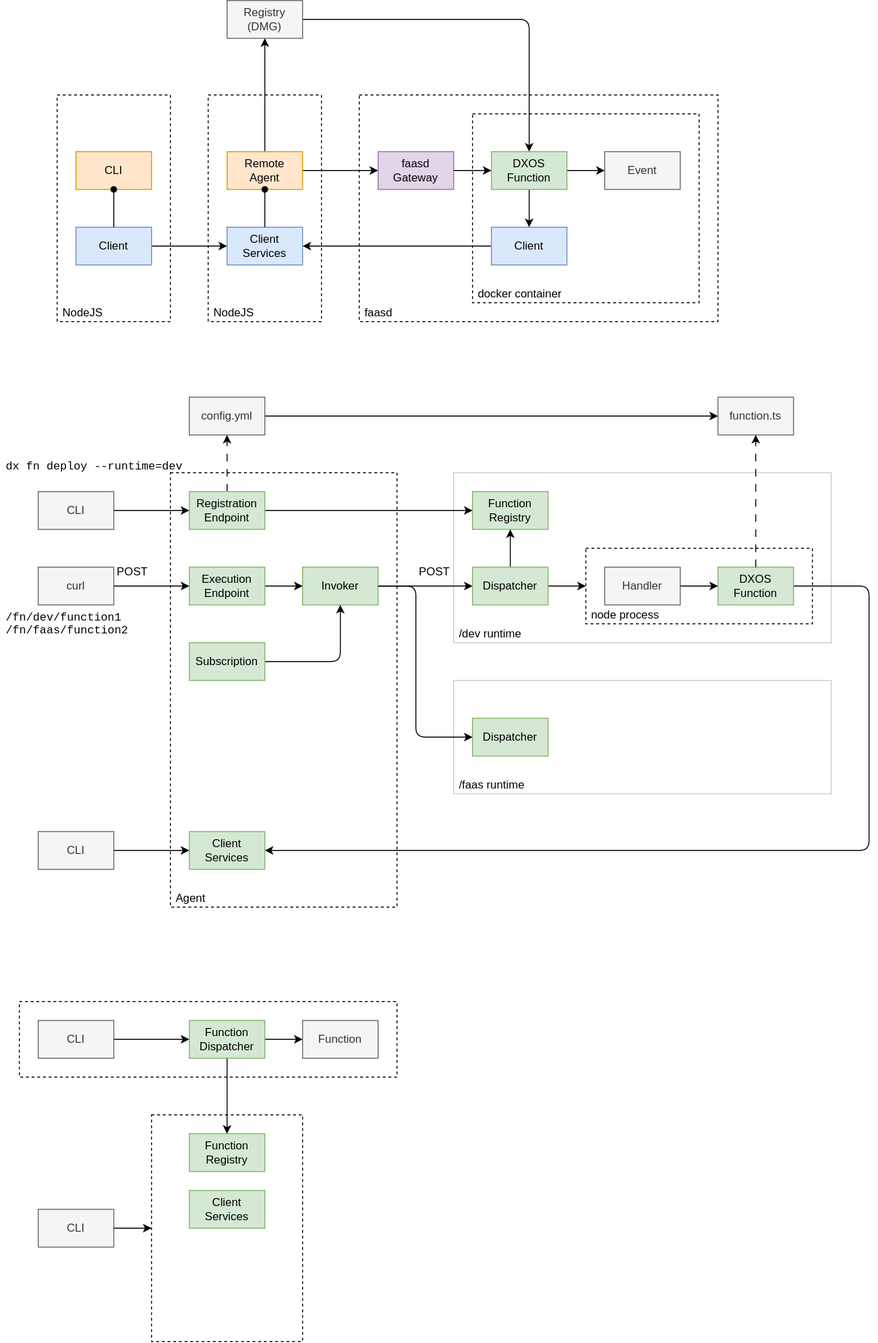
Earlier version of the draw.io export docs/docs/design/diagrams/remote-functions.drawio.svg (dxos/dxos). Source tidied: cells renumbered, new cells last; positions are measured from the earlier drawing's top-left corner, leaving out a move shared by most shapes.
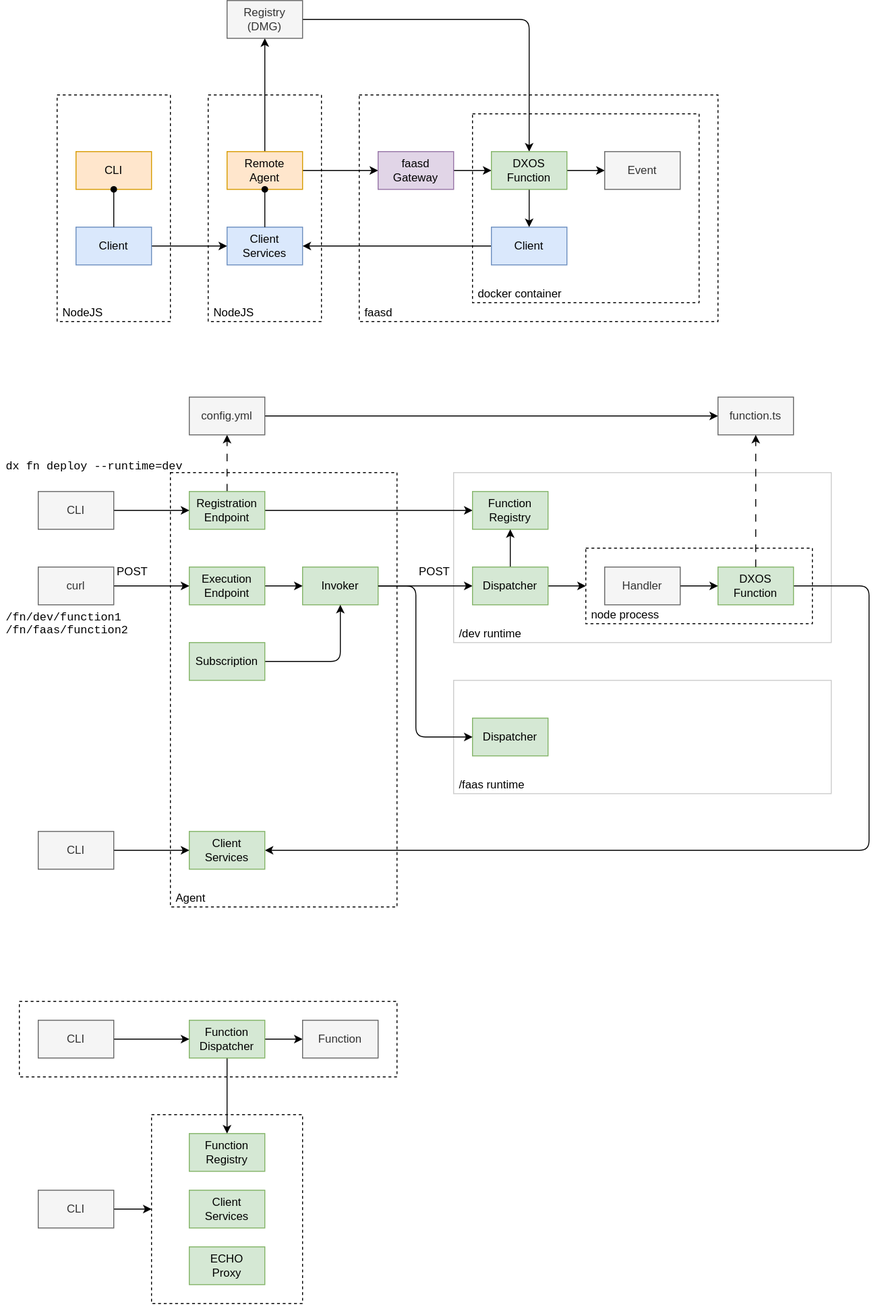
The same diagram one commit later.

What changed in the source:
```diff
@@ -3,7 +3,7 @@
     <mxCell id="0" />
     <mxCell id="1" parent="0" />
     <mxCell id="2" style="rounded=0;whiteSpace=wrap;html=1;dashed=1;align=left;verticalAlign=bottom;spacingLeft=4;fillColor=none;" parent="1" vertex="1">
-      <mxGeometry x="160" y="1180" width="160" height="240" as="geometry" />
+      <mxGeometry x="160" y="1180" width="160" height="200" as="geometry" />
     </mxCell>
     <mxCell id="3" style="rounded=0;whiteSpace=wrap;html=1;dashed=1;align=left;verticalAlign=bottom;spacingLeft=4;fillColor=none;" parent="1" vertex="1">
       <mxGeometry x="20" y="1060" width="400" height="80" as="geometry" />
@@ -234,10 +234,13 @@
       <mxGeometry relative="1" as="geometry" />
     </mxCell>
     <mxCell id="73" value="CLI" style="rounded=0;whiteSpace=wrap;html=1;fillColor=#f5f5f5;strokeColor=#666666;fontColor=#333333;" parent="1" vertex="1">
-      <mxGeometry x="40" y="1280" width="80" height="40" as="geometry" />
+      <mxGeometry x="40" y="1260" width="80" height="40" as="geometry" />
     </mxCell>
     <mxCell id="74" value="Client&lt;br&gt;Services" style="rounded=0;whiteSpace=wrap;html=1;fillColor=#d5e8d4;strokeColor=#82b366;" parent="1" vertex="1">
       <mxGeometry x="200" y="1260" width="80" height="40" as="geometry" />
     </mxCell>
+    <mxCell id="75" value="ECHO&lt;br&gt;Proxy" style="rounded=0;whiteSpace=wrap;html=1;fillColor=#d5e8d4;strokeColor=#82b366;" parent="1" vertex="1">
+      <mxGeometry x="200" y="1320" width="80" height="40" as="geometry" />
+    </mxCell>
   </root>
 </mxGraphModel>
```
